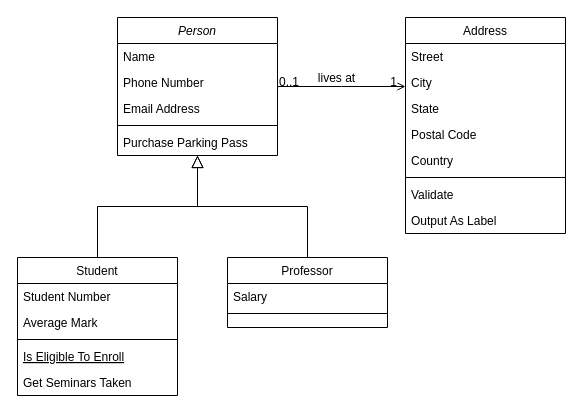
Before: Diagramme de classe.drawio in BorchaniMohamed/BI_PROJECT_PFE, a draw.io diagram. Source tidied: cells renumbered, new cells numbered last; positions are measured from the earlier drawing's top-left corner, leaving out a move shared by most shapes. Both pictures are drawn from the tidied source at 100%, with x=0, y=0 at pixel (17, 17).
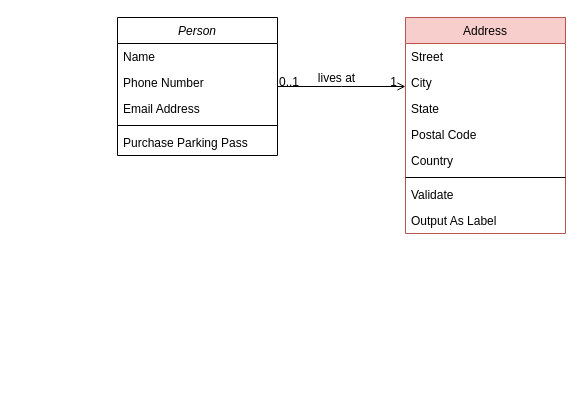
The same page after the edit.

Commit message:
Mettre à jour Diagramme de classe.drawio

The change refers to these unchanged cells:
```xml
<mxCell id="2" value="Person" style="swimlane;fontStyle=2;align=center;verticalAlign=top;horizontal=1;startSize=26;rounded=0;shadow=0;strokeWidth=1;" parent="1" vertex="1">
  <mxGeometry x="100" width="160" height="138" as="geometry" />
</mxCell>
```

Diff of the diagram source:
```diff
@@
-    <mxCell id="8" value="Student" style="swimlane;fontStyle=0;align=center;verticalAlign=top;horizontal=1;startSize=26;rounded=0;shadow=0;strokeWidth=1;" parent="1" vertex="1">
-      <mxGeometry y="240" width="160" height="138" as="geometry" />
-    </mxCell>
-    <mxCell id="9" value="Student Number" style="text;align=left;verticalAlign=top;spacingLeft=4;spacingRight=4;overflow=hidden;" parent="8" vertex="1">
-      <mxGeometry y="26" width="160" height="26" as="geometry" />
-    </mxCell>
-    <mxCell id="10" value="Average Mark" style="text;align=left;verticalAlign=top;spacingLeft=4;spacingRight=4;overflow=hidden;rounded=0;shadow=0;html=0;" parent="8" vertex="1">
-      <mxGeometry y="52" width="160" height="26" as="geometry" />
-    </mxCell>
-    <mxCell id="11" style="line;html=1;strokeWidth=1;align=left;verticalAlign=middle;spacingTop=-1;spacingLeft=3;spacingRight=3;labelPosition=right;" parent="8" vertex="1">
-      <mxGeometry y="78" width="160" height="8" as="geometry" />
-    </mxCell>
-    <mxCell id="12" value="Is Eligible To Enroll" style="text;align=left;verticalAlign=top;spacingLeft=4;spacingRight=4;overflow=hidden;fontStyle=4;" parent="8" vertex="1">
-      <mxGeometry y="86" width="160" height="26" as="geometry" />
-    </mxCell>
-    <mxCell id="13" value="Get Seminars Taken" style="text;align=left;verticalAlign=top;spacingLeft=4;spacingRight=4;overflow=hidden;" parent="8" vertex="1">
-      <mxGeometry y="112" width="160" height="26" as="geometry" />
-    </mxCell>
-    <mxCell id="14" style="endArrow=block;endSize=10;endFill=0;shadow=0;strokeWidth=1;rounded=0;edgeStyle=elbowEdgeStyle;elbow=vertical;" parent="1" edge="1" source="8" target="2">
-      <mxGeometry relative="1" as="geometry" />
-    </mxCell>
-    <mxCell id="15" value="Professor" style="swimlane;fontStyle=0;align=center;verticalAlign=top;horizontal=1;startSize=26;rounded=0;shadow=0;strokeWidth=1;" parent="1" vertex="1">
-      <mxGeometry x="210" y="240" width="160" height="70" as="geometry" />
-    </mxCell>
-    <mxCell id="16" value="Salary" style="text;align=left;verticalAlign=top;spacingLeft=4;spacingRight=4;overflow=hidden;" parent="15" vertex="1">
-      <mxGeometry y="26" width="160" height="26" as="geometry" />
-    </mxCell>
-    <mxCell id="17" style="line;html=1;strokeWidth=1;align=left;verticalAlign=middle;spacingTop=-1;spacingLeft=3;spacingRight=3;labelPosition=right;" parent="15" vertex="1">
-      <mxGeometry y="52" width="160" height="8" as="geometry" />
-    </mxCell>
-    <mxCell id="18" style="endArrow=block;endSize=10;endFill=0;shadow=0;strokeWidth=1;rounded=0;edgeStyle=elbowEdgeStyle;elbow=vertical;" parent="1" edge="1" source="15" target="2">
-      <mxGeometry relative="1" as="geometry" />
-    </mxCell>
-    <mxCell id="19" value="Address" style="swimlane;fontStyle=0;align=center;verticalAlign=top;horizontal=1;startSize=26;rounded=0;shadow=0;strokeWidth=1;" parent="1" vertex="1">
+    <mxCell id="19" value="Address" style="swimlane;fontStyle=0;align=center;verticalAlign=top;horizontal=1;startSize=26;rounded=0;shadow=0;strokeWidth=1;fillColor=#f8cecc;strokeColor=#b85450;" parent="1" vertex="1">
       <mxGeometry x="388" width="160" height="216" as="geometry" />
     </mxCell>
```
